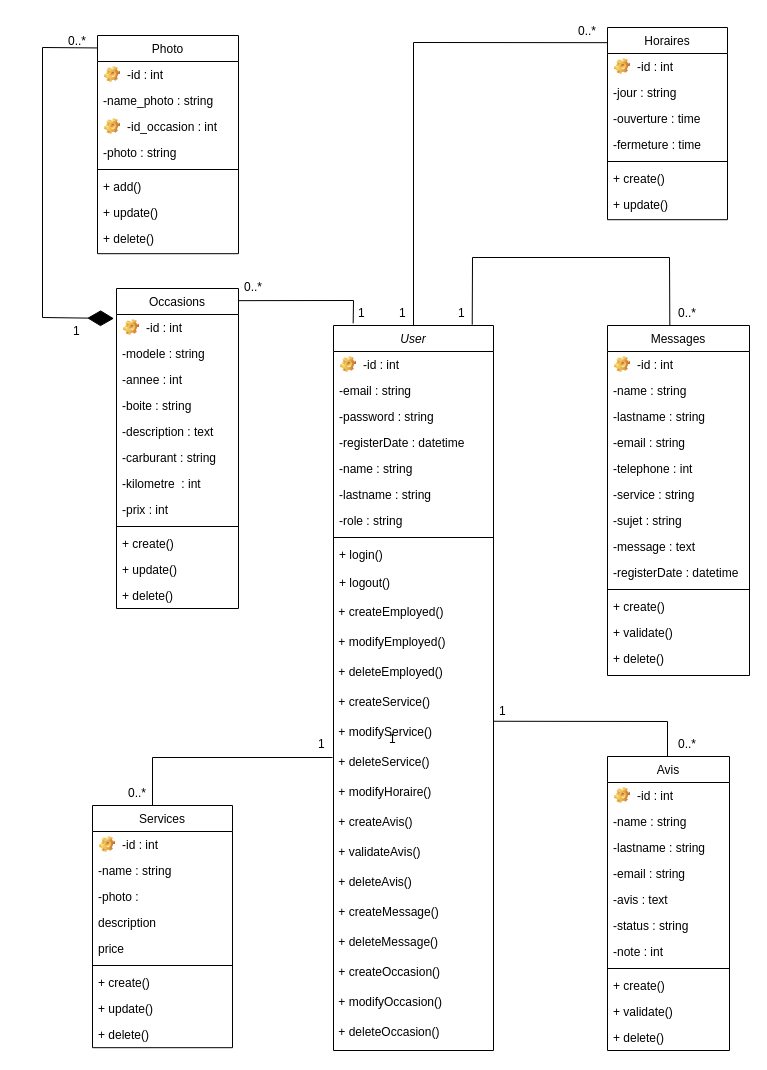
Before: Diagramme sans nom.drawio in vartcat/garageAuto, a draw.io diagram. Source tidied: cells renumbered, new cells numbered last; positions are measured from the earlier drawing's top-left corner, leaving out a move shared by most shapes. Both pictures are drawn from the tidied source at 100%, with x=0, y=0 at pixel (42, 17).
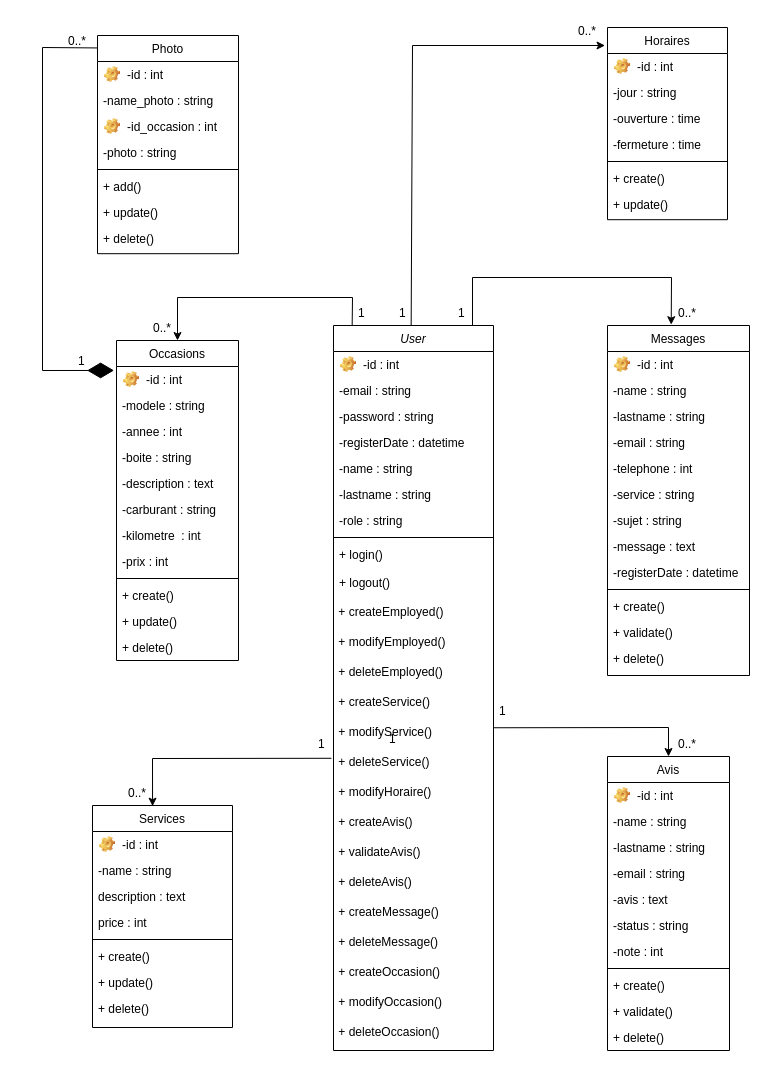
After the change.

Commit message:
Mettre à jour Diagramme sans nom.drawio

The change refers to these unchanged cells:
```xml
<mxCell id="2" value="User" style="swimlane;fontStyle=2;align=center;verticalAlign=top;horizontal=1;startSize=26;rounded=0;shadow=0;strokeWidth=1;" parent="1" vertex="1">
  <mxGeometry x="291" y="308" width="160" height="725" as="geometry" />
</mxCell>
<mxCell id="17" value="&amp;nbsp;+ modifyService()" style="text;html=1;align=left;verticalAlign=middle;points=[];strokeColor=none;fillColor=none;" parent="2" vertex="1">
  <mxGeometry y="392" width="160" height="30" as="geometry" />
</mxCell>
<mxCell id="28" value="Avis" style="swimlane;fontStyle=0;align=center;verticalAlign=top;horizontal=1;startSize=26;rounded=0;shadow=0;strokeWidth=1;" parent="1" vertex="1">
  <mxGeometry x="565" y="739" width="122" height="294" as="geometry" />
</mxCell>
<mxCell id="40" value="Horaires" style="swimlane;fontStyle=0;align=center;verticalAlign=top;horizontal=1;startSize=26;rounded=0;shadow=0;strokeWidth=1;" parent="1" vertex="1">
  <mxGeometry x="565" y="10" width="120" height="192.2" as="geometry" />
</mxCell>
<mxCell id="48" value="Messages" style="swimlane;fontStyle=0;align=center;verticalAlign=top;horizontal=1;startSize=26;rounded=0;shadow=0;strokeWidth=1;" parent="1" vertex="1">
  <mxGeometry x="565" y="308" width="142" height="350" as="geometry" />
</mxCell>
<mxCell id="73" value="-id : int" style="label;fontStyle=0;strokeColor=none;fillColor=none;align=left;verticalAlign=top;overflow=hidden;spacingLeft=28;spacingRight=4;points=[[0,0.5],[1,0.5]];portConstraint=eastwest;imageWidth=16;imageHeight=16;whiteSpace=wrap;html=1;image=img/clipart/Gear_128x128.png;" parent="72" vertex="1">
  <mxGeometry y="26" width="122" height="26" as="geometry" />
</mxCell>
<mxCell id="85" value="Photo" style="swimlane;fontStyle=0;align=center;verticalAlign=top;horizontal=1;startSize=26;rounded=0;shadow=0;strokeWidth=1;" parent="1" vertex="1">
  <mxGeometry x="55" y="18" width="141" height="218.2" as="geometry" />
</mxCell>
<mxCell id="103" value="0..*" style="text;align=left;verticalAlign=top;spacingLeft=4;spacingRight=4;overflow=hidden;points=[[0,0.5],[1,0.5]];portConstraint=eastwest;rounded=0;shadow=0;html=0;" parent="1" vertex="1">
  <mxGeometry x="530" width="30" height="26" as="geometry" />
</mxCell>
<mxCell id="104" value="1" style="text;align=left;verticalAlign=top;spacingLeft=4;spacingRight=4;overflow=hidden;points=[[0,0.5],[1,0.5]];portConstraint=eastwest;rounded=0;shadow=0;html=0;" parent="1" vertex="1">
  <mxGeometry x="351" y="282" width="20" height="26" as="geometry" />
</mxCell>
<mxCell id="105" value="0..*" style="text;align=left;verticalAlign=top;spacingLeft=4;spacingRight=4;overflow=hidden;points=[[0,0.5],[1,0.5]];portConstraint=eastwest;rounded=0;shadow=0;html=0;" parent="1" vertex="1">
  <mxGeometry x="630" y="282" width="30" height="26" as="geometry" />
</mxCell>
<mxCell id="107" value="1" style="text;align=left;verticalAlign=top;spacingLeft=4;spacingRight=4;overflow=hidden;points=[[0,0.5],[1,0.5]];portConstraint=eastwest;rounded=0;shadow=0;html=0;" parent="1" vertex="1">
  <mxGeometry x="310" y="282" width="20" height="26" as="geometry" />
</mxCell>
<mxCell id="112" value="1" style="text;align=left;verticalAlign=top;spacingLeft=4;spacingRight=4;overflow=hidden;points=[[0,0.5],[1,0.5]];portConstraint=eastwest;rounded=0;shadow=0;html=0;" parent="1" vertex="1">
  <mxGeometry x="270" y="713" width="20" height="26" as="geometry" />
</mxCell>
```

Change to the diagram source:
```diff
@@
     <mxCell id="62" value="Services" style="swimlane;fontStyle=0;align=center;verticalAlign=top;horizontal=1;startSize=26;rounded=0;shadow=0;strokeWidth=1;" parent="1" vertex="1">
-      <mxGeometry x="50" y="788" width="140" height="242.2" as="geometry" />
+      <mxGeometry x="50" y="788" width="140" height="222" as="geometry" />
     </mxCell>
@@
-    <mxCell id="65" value="-photo : " style="text;align=left;verticalAlign=top;spacingLeft=4;spacingRight=4;overflow=hidden;rounded=0;shadow=0;html=0;" parent="62" vertex="1">
-      <mxGeometry y="78" width="140" height="26" as="geometry" />
-    </mxCell>
-    <mxCell id="66" value="description" style="text;align=left;verticalAlign=top;spacingLeft=4;spacingRight=4;overflow=hidden;rounded=0;shadow=0;html=0;" parent="62" vertex="1">
-      <mxGeometry y="104" width="140" height="26" as="geometry" />
+    <mxCell id="66" value="description : text" style="text;align=left;verticalAlign=top;spacingLeft=4;spacingRight=4;overflow=hidden;rounded=0;shadow=0;html=0;" parent="62" vertex="1">
+      <mxGeometry y="78" width="140" height="26" as="geometry" />
     </mxCell>
-    <mxCell id="67" value="price" style="text;align=left;verticalAlign=top;spacingLeft=4;spacingRight=4;overflow=hidden;rounded=0;shadow=0;html=0;" parent="62" vertex="1">
-      <mxGeometry y="130" width="140" height="26" as="geometry" />
+    <mxCell id="67" value="price : int" style="text;align=left;verticalAlign=top;spacingLeft=4;spacingRight=4;overflow=hidden;rounded=0;shadow=0;html=0;" parent="62" vertex="1">
+      <mxGeometry y="104" width="140" height="26" as="geometry" />
     </mxCell>
     <mxCell id="68" style="line;html=1;strokeWidth=1;align=left;verticalAlign=middle;spacingTop=-1;spacingLeft=3;spacingRight=3;labelPosition=right;" parent="62" vertex="1">
-      <mxGeometry y="156" width="140" height="8" as="geometry" />
+      <mxGeometry y="130" width="140" height="8" as="geometry" />
     </mxCell>
     <mxCell id="69" value="+ create()" style="text;align=left;verticalAlign=top;spacingLeft=4;spacingRight=4;overflow=hidden;" parent="62" vertex="1">
-      <mxGeometry y="164" width="140" height="26" as="geometry" />
+      <mxGeometry y="138" width="140" height="26" as="geometry" />
     </mxCell>
     <mxCell id="70" value="+ update()" style="text;align=left;verticalAlign=top;spacingLeft=4;spacingRight=4;overflow=hidden;" parent="62" vertex="1">
-      <mxGeometry y="190" width="140" height="26" as="geometry" />
+      <mxGeometry y="164" width="140" height="26" as="geometry" />
     </mxCell>
     <mxCell id="71" value="+ delete()" style="text;align=left;verticalAlign=top;spacingLeft=4;spacingRight=4;overflow=hidden;" parent="62" vertex="1">
-      <mxGeometry y="216" width="140" height="26" as="geometry" />
+      <mxGeometry y="190" width="140" height="26" as="geometry" />
     </mxCell>
     <mxCell id="72" value="Occasions" style="swimlane;fontStyle=0;align=center;verticalAlign=top;horizontal=1;startSize=26;rounded=0;shadow=0;strokeWidth=1;" parent="1" vertex="1">
-      <mxGeometry x="74" y="271" width="122" height="320" as="geometry" />
+      <mxGeometry x="74" y="323" width="122" height="320" as="geometry" />
     </mxCell>
@@
     <mxCell id="95" style="endArrow=diamondThin;endFill=1;endSize=24;html=1;rounded=0;exitX=-0.003;exitY=0.057;exitDx=0;exitDy=0;exitPerimeter=0;entryX=-0.02;entryY=0.152;entryDx=0;entryDy=0;entryPerimeter=0;" parent="1" edge="1" source="85" target="73">
       <mxGeometry relative="1" as="geometry">
         <Array as="points">
           <mxPoint y="30" />
-          <mxPoint y="300" />
+          <mxPoint y="353" />
         </Array>
       </mxGeometry>
     </mxCell>
@@
     <mxCell id="97" value="1" style="text;align=left;verticalAlign=top;spacingLeft=4;spacingRight=4;overflow=hidden;rounded=0;shadow=0;html=0;" parent="1" vertex="1">
-      <mxGeometry x="25" y="300" width="20" height="26" as="geometry" />
+      <mxGeometry x="30" y="330" width="20" height="26" as="geometry" />
     </mxCell>
-    <mxCell id="98" style="endArrow=none;html=1;rounded=0;entryX=0.439;entryY=0;entryDx=0;entryDy=0;exitX=0.867;exitY=-0.001;exitDx=0;exitDy=0;entryPerimeter=0;exitPerimeter=0;" parent="1" edge="1" source="2" target="48">
-      <mxGeometry relative="1" as="geometry">
-        <Array as="points">
-          <mxPoint x="430" y="240" />
-          <mxPoint x="627" y="240" />
-        </Array>
-      </mxGeometry>
-    </mxCell>
-    <mxCell id="99" style="endArrow=none;html=1;rounded=0;entryX=0.997;entryY=0.038;entryDx=0;entryDy=0;entryPerimeter=0;exitX=0.123;exitY=-0.003;exitDx=0;exitDy=0;exitPerimeter=0;" parent="1" edge="1" source="2" target="72">
-      <mxGeometry relative="1" as="geometry">
-        <Array as="points">
-          <mxPoint x="311" y="283" />
-        </Array>
-      </mxGeometry>
-    </mxCell>
-    <mxCell id="100" style="endArrow=none;html=1;rounded=0;exitX=0.5;exitY=0;exitDx=0;exitDy=0;entryX=0.003;entryY=0.079;entryDx=0;entryDy=0;entryPerimeter=0;" parent="1" edge="1" source="2" target="40">
-      <mxGeometry relative="1" as="geometry">
-        <Array as="points">
-          <mxPoint x="371" y="25" />
-        </Array>
-      </mxGeometry>
-    </mxCell>
-    <mxCell id="101" style="endArrow=none;html=1;rounded=0;exitX=0.867;exitY=-0.001;exitDx=0;exitDy=0;exitPerimeter=0;" parent="1" edge="1">
-      <mxGeometry relative="1" as="geometry">
-        <mxPoint x="110" y="788" as="sourcePoint" />
-        <mxPoint x="290" y="740" as="targetPoint" />
-        <Array as="points">
-          <mxPoint x="110" y="740" />
-        </Array>
-      </mxGeometry>
-    </mxCell>
-    <mxCell id="102" style="endArrow=none;html=1;rounded=0;entryX=1;entryY=0.125;entryDx=0;entryDy=0;entryPerimeter=0;exitX=0.123;exitY=-0.003;exitDx=0;exitDy=0;exitPerimeter=0;" parent="1" edge="1" target="17">
-      <mxGeometry relative="1" as="geometry">
-        <mxPoint x="625" y="739" as="sourcePoint" />
-        <Array as="points">
-          <mxPoint x="625" y="704" />
-        </Array>
-      </mxGeometry>
-    </mxCell>
@@
     <mxCell id="108" value="0..*" style="text;align=left;verticalAlign=top;spacingLeft=4;spacingRight=4;overflow=hidden;rounded=0;shadow=0;html=0;" parent="1" vertex="1">
-      <mxGeometry x="196" y="256" width="30" height="26" as="geometry" />
+      <mxGeometry x="105" y="297" width="30" height="26" as="geometry" />
     </mxCell>
@@
+    <mxCell id="113" style="endArrow=classic;html=1;rounded=0;entryX=1.085;entryY=1.077;entryDx=0;entryDy=0;entryPerimeter=0;exitX=0.883;exitY=1;exitDx=0;exitDy=0;exitPerimeter=0;" parent="1" edge="1" source="104" target="103">
+      <mxGeometry relative="1" as="geometry">
+        <Array as="points">
+          <mxPoint x="370" y="28" />
+        </Array>
+      </mxGeometry>
+    </mxCell>
+    <mxCell id="114" style="endArrow=classic;html=1;rounded=0;entryX=-0.043;entryY=0.969;entryDx=0;entryDy=0;entryPerimeter=0;" parent="1" edge="1" target="105">
+      <mxGeometry relative="1" as="geometry">
+        <mxPoint x="430" y="308" as="sourcePoint" />
+        <Array as="points">
+          <mxPoint x="430" y="260" />
+          <mxPoint x="629" y="260" />
+        </Array>
+      </mxGeometry>
+    </mxCell>
+    <mxCell id="115" style="endArrow=classic;html=1;rounded=0;entryX=0.5;entryY=0;entryDx=0;entryDy=0;exitX=-0.017;exitY=1.005;exitDx=0;exitDy=0;exitPerimeter=0;" parent="1" edge="1" source="107" target="72">
+      <mxGeometry relative="1" as="geometry">
+        <Array as="points">
+          <mxPoint x="310" y="280" />
+          <mxPoint x="135" y="280" />
+        </Array>
+      </mxGeometry>
+    </mxCell>
+    <mxCell id="116" style="endArrow=classic;html=1;rounded=0;entryX=0.5;entryY=0;entryDx=0;entryDy=0;exitX=1.002;exitY=0.342;exitDx=0;exitDy=0;exitPerimeter=0;" parent="1" edge="1" source="17" target="28">
+      <mxGeometry relative="1" as="geometry">
+        <Array as="points">
+          <mxPoint x="626" y="710" />
+        </Array>
+      </mxGeometry>
+    </mxCell>
+    <mxCell id="117" style="endArrow=classic;html=1;rounded=0;exitX=0.947;exitY=1.069;exitDx=0;exitDy=0;exitPerimeter=0;entryX=0.429;entryY=0.003;entryDx=0;entryDy=0;entryPerimeter=0;" parent="1" edge="1" source="112" target="62">
+      <mxGeometry relative="1" as="geometry">
+        <Array as="points">
+          <mxPoint x="110" y="741" />
+        </Array>
+      </mxGeometry>
+    </mxCell>
```
